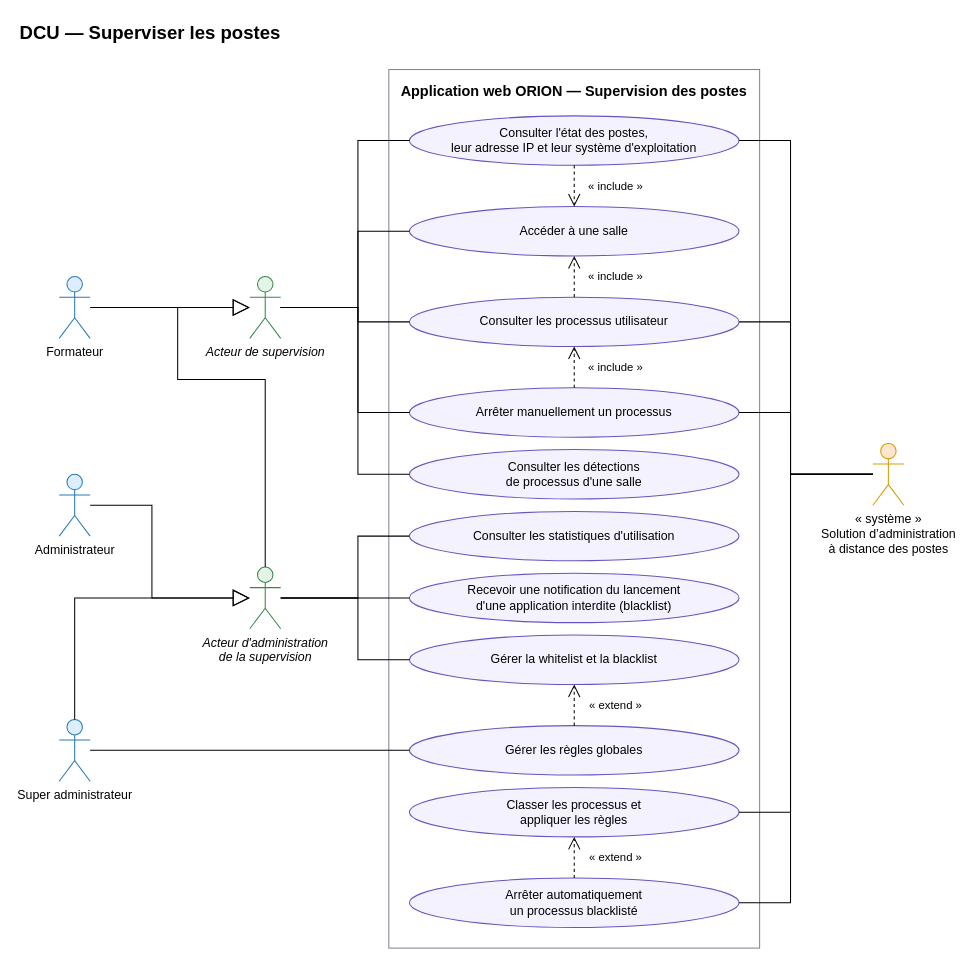
Earlier version of the draw.io diagram docs/02-ANALYSE/02-CAPTURE-DES-BESOINS/05-DCU-SUPERVISION-POSTES.drawio (bpierrelouis/aster). Source tidied: cells renumbered, new cells numbered last; positions are measured from the earlier drawing's top-left corner, leaving out a move shared by most shapes. Both pictures are drawn from the tidied source at 103%, with x=0, y=0 at pixel (18, 18).
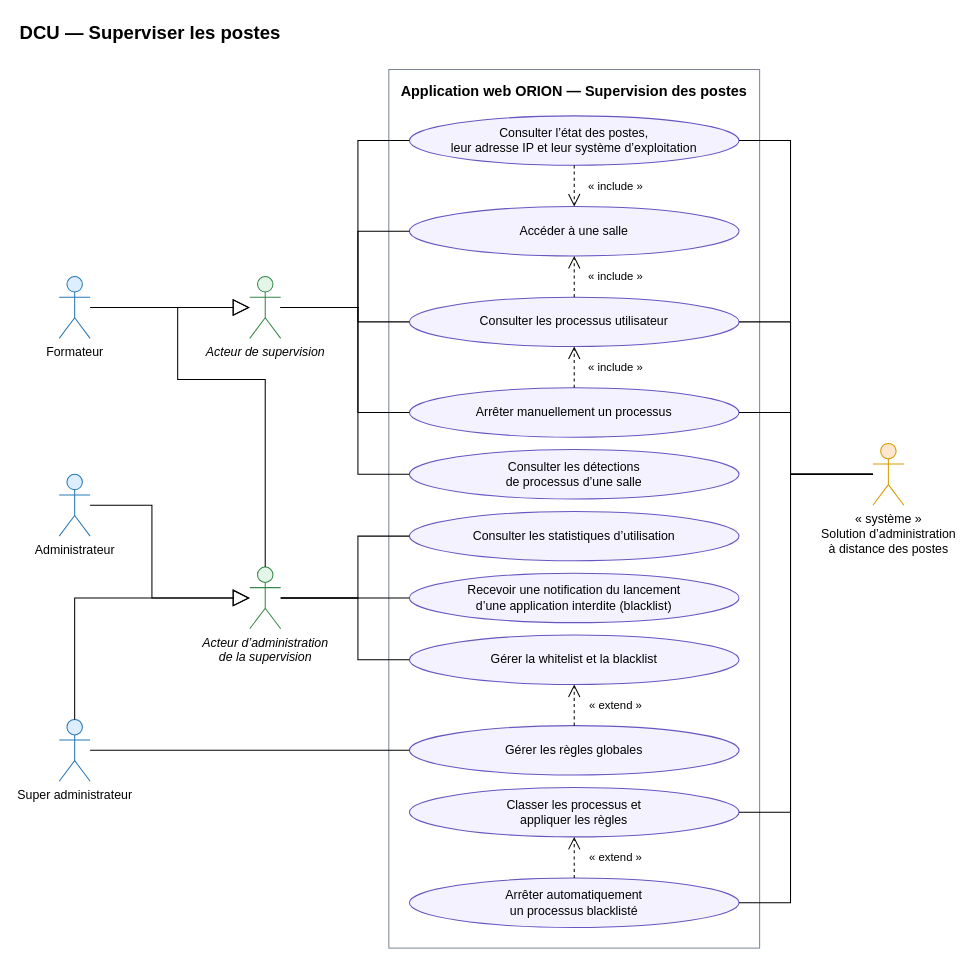
Above is the later version.

Unchanged cells that the change refers to:
```xml
<mxCell id="3" value="Application web ORION — Supervision des postes" style="rounded=0;whiteSpace=wrap;html=1;verticalAlign=top;fontStyle=1;fontSize=14;fillColor=none;strokeColor=#7D8793;spacingTop=6;" parent="1" vertex="1">
  <mxGeometry x="360" y="50" width="360" height="853" as="geometry" />
</mxCell>
```

Diff of the diagram source:
```diff
@@
-    <mxCell id="4" value="Consulter l'état des postes,&lt;br&gt;leur adresse IP et leur système d'exploitation" style="ellipse;whiteSpace=wrap;html=1;fontSize=12;fillColor=#F5F2FF;strokeColor=#6954C0;" parent="3" vertex="1">
+    <mxCell id="4" value="Consulter l’état des postes,&lt;br&gt;leur adresse IP et leur système d’exploitation" style="ellipse;whiteSpace=wrap;html=1;fontSize=12;fillColor=#F5F2FF;strokeColor=#6954C0;" parent="3" vertex="1">
       <mxGeometry x="20" y="45" width="320" height="48" as="geometry" />
     </mxCell>
@@
-    <mxCell id="8" value="Consulter les détections&lt;br&gt;de processus d'une salle" style="ellipse;whiteSpace=wrap;html=1;fontSize=12;fillColor=#F5F2FF;strokeColor=#6954C0;" parent="3" vertex="1">
+    <mxCell id="8" value="Consulter les détections&lt;br&gt;de processus d’une salle" style="ellipse;whiteSpace=wrap;html=1;fontSize=12;fillColor=#F5F2FF;strokeColor=#6954C0;" parent="3" vertex="1">
       <mxGeometry x="20" y="369" width="320" height="48" as="geometry" />
     </mxCell>
-    <mxCell id="9" value="Consulter les statistiques d'utilisation" style="ellipse;whiteSpace=wrap;html=1;fontSize=12;fillColor=#F5F2FF;strokeColor=#6954C0;" parent="3" vertex="1">
+    <mxCell id="9" value="Consulter les statistiques d’utilisation" style="ellipse;whiteSpace=wrap;html=1;fontSize=12;fillColor=#F5F2FF;strokeColor=#6954C0;" parent="3" vertex="1">
       <mxGeometry x="20" y="429" width="320" height="48" as="geometry" />
     </mxCell>
-    <mxCell id="10" value="Recevoir une notification du lancement&lt;br&gt;d'une application interdite (blacklist)" style="ellipse;whiteSpace=wrap;html=1;fontSize=12;fillColor=#F5F2FF;strokeColor=#6954C0;" parent="3" vertex="1">
+    <mxCell id="10" value="Recevoir une notification du lancement&lt;br&gt;d’une application interdite (blacklist)" style="ellipse;whiteSpace=wrap;html=1;fontSize=12;fillColor=#F5F2FF;strokeColor=#6954C0;" parent="3" vertex="1">
       <mxGeometry x="20" y="489" width="320" height="48" as="geometry" />
     </mxCell>
@@
-    <mxCell id="16" value="Acteur d'administration&lt;br&gt;de la supervision" style="shape=umlActor;verticalLabelPosition=bottom;verticalAlign=top;html=1;outlineConnect=0;fontSize=12;fillColor=#E3F5E6;strokeColor=#35864A;fontStyle=2;" parent="1" vertex="1">
+    <mxCell id="16" value="Acteur d’administration&lt;br&gt;de la supervision" style="shape=umlActor;verticalLabelPosition=bottom;verticalAlign=top;html=1;outlineConnect=0;fontSize=12;fillColor=#E3F5E6;strokeColor=#35864A;fontStyle=2;" parent="1" vertex="1">
       <mxGeometry x="225" y="533" width="30" height="60" as="geometry" />
     </mxCell>
```
